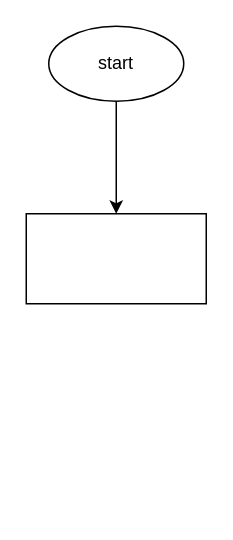
The draw.io diagram algorithm.drawio in MahmoudOsman99/algorithms, before the edit. Source tidied: cells renumbered, new cells numbered last; positions are measured from the earlier drawing's top-left corner, leaving out a move shared by most shapes. Both pictures are drawn from the tidied source at 150%, with x=0, y=0 at pixel (26, 26).
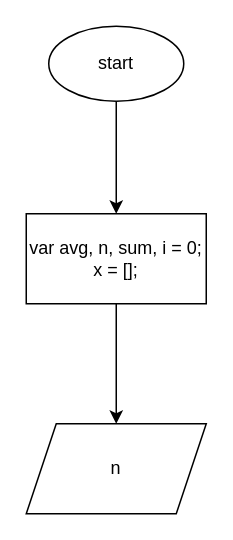
The same page after the edit.

The edit, as a diff of the source:
```diff
@@
 <mxGraphModel>
   <root>
     <mxCell id="0" />
     <mxCell id="1" parent="0" />
     <mxCell id="2" style="edgeStyle=orthogonalEdgeStyle;rounded=0;jettySize=auto;html=1;fontSize=12;" parent="1" edge="1" source="3" target="4">
       <mxGeometry relative="1" as="geometry" />
     </mxCell>
     <mxCell id="3" value="&lt;font style=&quot;font-size: 12px;&quot;&gt;start&lt;/font&gt;" style="ellipse;whiteSpace=wrap;html=1;" parent="1" vertex="1">
       <mxGeometry x="15" width="90" height="50" as="geometry" />
     </mxCell>
+    <mxCell id="5" style="edgeStyle=orthogonalEdgeStyle;rounded=0;jettySize=auto;html=1;fontSize=12;" parent="1" edge="1" source="4" target="6">
+      <mxGeometry relative="1" as="geometry" />
+    </mxCell>
-    <mxCell id="4" style="whiteSpace=wrap;html=1;" parent="1" vertex="1">
+    <mxCell id="4" value="var avg, n, sum, i = 0;&lt;br&gt;x = [];" style="whiteSpace=wrap;html=1;" parent="1" vertex="1">
       <mxGeometry y="125" width="120" height="60" as="geometry" />
     </mxCell>
+    <mxCell id="6" value="n" style="shape=parallelogram;perimeter=parallelogramPerimeter;whiteSpace=wrap;html=1;fixedSize=1;" parent="1" vertex="1">
+      <mxGeometry y="265" width="120" height="60" as="geometry" />
+    </mxCell>
   </root>
 </mxGraphModel>
```
